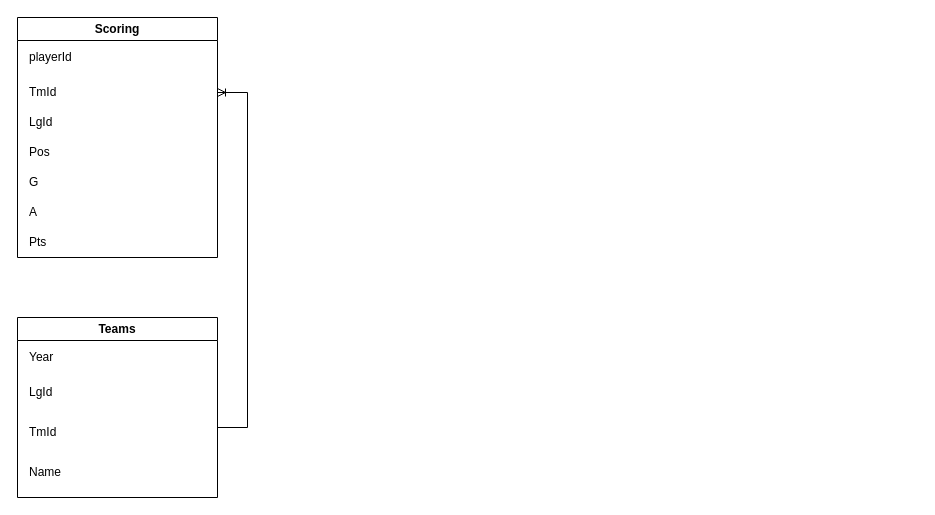
Before: Untitled Diagram.drawio in itudb2241/itudb2241, a draw.io diagram. Source tidied: cells renumbered, new cells numbered last; positions are measured from the earlier drawing's top-left corner, leaving out a move shared by most shapes. Both pictures are drawn from the tidied source at 100%, with x=0, y=0 at pixel (17, 17).
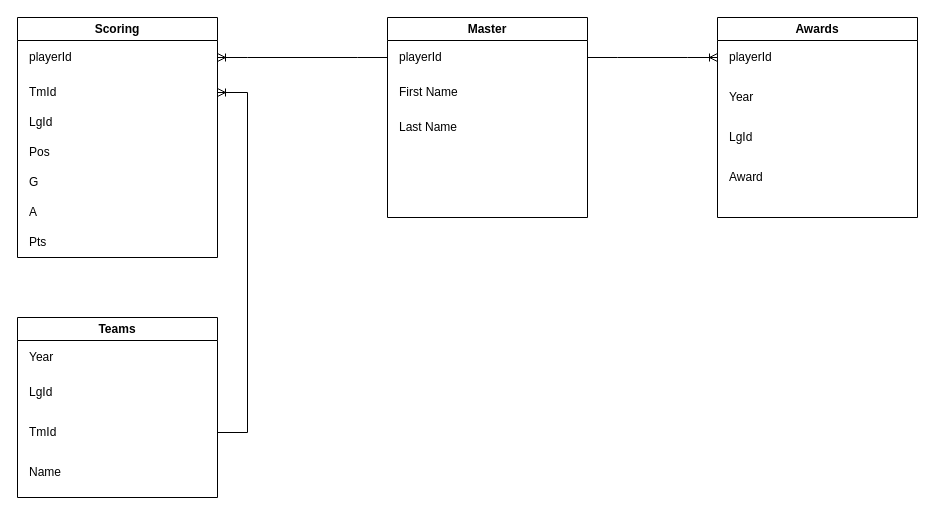
After the change.

Commit message:
Scoring-Master-Awards Relation

Unchanged cells that the change refers to:
```xml
<mxCell id="3" value="playerId" style="text;html=1;strokeColor=none;fillColor=none;align=left;verticalAlign=middle;whiteSpace=wrap;rounded=0;spacingLeft=10;" parent="2" vertex="1">
  <mxGeometry y="20" width="200" height="40" as="geometry" />
</mxCell>
<mxCell id="4" value="TmId" style="text;html=1;strokeColor=none;fillColor=none;align=left;verticalAlign=middle;whiteSpace=wrap;rounded=0;spacingLeft=10;" parent="2" vertex="1">
  <mxGeometry y="60" width="200" height="30" as="geometry" />
</mxCell>
<mxCell id="14" value="TmId" style="text;html=1;strokeColor=none;fillColor=none;align=left;verticalAlign=middle;whiteSpace=wrap;rounded=0;spacingLeft=10;" parent="11" vertex="1">
  <mxGeometry y="95" width="200" height="40" as="geometry" />
</mxCell>
```

Diff of the diagram source:
```diff
@@
-    <mxCell id="10" style="edgeStyle=entityRelationEdgeStyle;fontSize=12;html=1;endArrow=ERoneToMany;rounded=0;entryX=1;entryY=0.5;entryDx=0;entryDy=0;" parent="1" edge="1" target="4">
-      <mxGeometry relative="1" as="geometry">
-        <mxPoint x="200" y="410" as="sourcePoint" />
-      </mxGeometry>
+    <mxCell id="10" style="edgeStyle=entityRelationEdgeStyle;fontSize=12;html=1;endArrow=ERoneToMany;rounded=0;entryX=1;entryY=0.5;entryDx=0;entryDy=0;exitX=1;exitY=0.5;exitDx=0;exitDy=0;" parent="1" edge="1" source="14" target="4">
+      <mxGeometry relative="1" as="geometry" />
     </mxCell>
@@
+    <mxCell id="16" value="Master" style="swimlane;whiteSpace=wrap;html=1;" parent="1" vertex="1">
+      <mxGeometry x="370" width="200" height="200" as="geometry" />
+    </mxCell>
+    <mxCell id="17" value="playerId" style="text;html=1;strokeColor=none;fillColor=none;align=left;verticalAlign=middle;whiteSpace=wrap;rounded=0;spacingLeft=10;" parent="16" vertex="1">
+      <mxGeometry y="20" width="200" height="40" as="geometry" />
+    </mxCell>
+    <mxCell id="18" value="First Name" style="text;html=1;strokeColor=none;fillColor=none;align=left;verticalAlign=middle;whiteSpace=wrap;rounded=0;spacingLeft=10;" parent="16" vertex="1">
+      <mxGeometry y="55" width="200" height="40" as="geometry" />
+    </mxCell>
+    <mxCell id="19" value="Last Name" style="text;html=1;strokeColor=none;fillColor=none;align=left;verticalAlign=middle;whiteSpace=wrap;rounded=0;spacingLeft=10;" parent="16" vertex="1">
+      <mxGeometry y="90" width="200" height="40" as="geometry" />
+    </mxCell>
+    <mxCell id="20" style="edgeStyle=entityRelationEdgeStyle;fontSize=12;html=1;endArrow=ERoneToMany;rounded=0;entryX=1;entryY=0.5;entryDx=0;entryDy=0;exitX=0;exitY=0.5;exitDx=0;exitDy=0;" parent="1" edge="1" source="17" target="3">
+      <mxGeometry relative="1" as="geometry" />
+    </mxCell>
+    <mxCell id="21" value="Awards" style="swimlane;whiteSpace=wrap;html=1;" parent="1" vertex="1">
+      <mxGeometry x="700" width="200" height="200" as="geometry" />
+    </mxCell>
+    <mxCell id="22" value="Year" style="text;html=1;strokeColor=none;fillColor=none;align=left;verticalAlign=middle;whiteSpace=wrap;rounded=0;spacingLeft=10;" parent="21" vertex="1">
+      <mxGeometry y="60" width="200" height="40" as="geometry" />
+    </mxCell>
+    <mxCell id="23" value="LgId" style="text;html=1;strokeColor=none;fillColor=none;align=left;verticalAlign=middle;whiteSpace=wrap;rounded=0;spacingLeft=10;" parent="21" vertex="1">
+      <mxGeometry y="100" width="200" height="40" as="geometry" />
+    </mxCell>
+    <mxCell id="24" value="Award" style="text;html=1;strokeColor=none;fillColor=none;align=left;verticalAlign=middle;whiteSpace=wrap;rounded=0;spacingLeft=10;" parent="21" vertex="1">
+      <mxGeometry y="140" width="200" height="40" as="geometry" />
+    </mxCell>
+    <mxCell id="25" value="playerId" style="text;html=1;strokeColor=none;fillColor=none;align=left;verticalAlign=middle;whiteSpace=wrap;rounded=0;spacingLeft=10;" parent="21" vertex="1">
+      <mxGeometry y="20" width="200" height="40" as="geometry" />
+    </mxCell>
+    <mxCell id="26" style="edgeStyle=entityRelationEdgeStyle;fontSize=12;html=1;endArrow=ERoneToMany;rounded=0;entryX=0;entryY=0.5;entryDx=0;entryDy=0;exitX=1;exitY=0.5;exitDx=0;exitDy=0;" parent="1" edge="1" source="17" target="25">
+      <mxGeometry x="0.88" relative="1" as="geometry" />
+    </mxCell>
```
